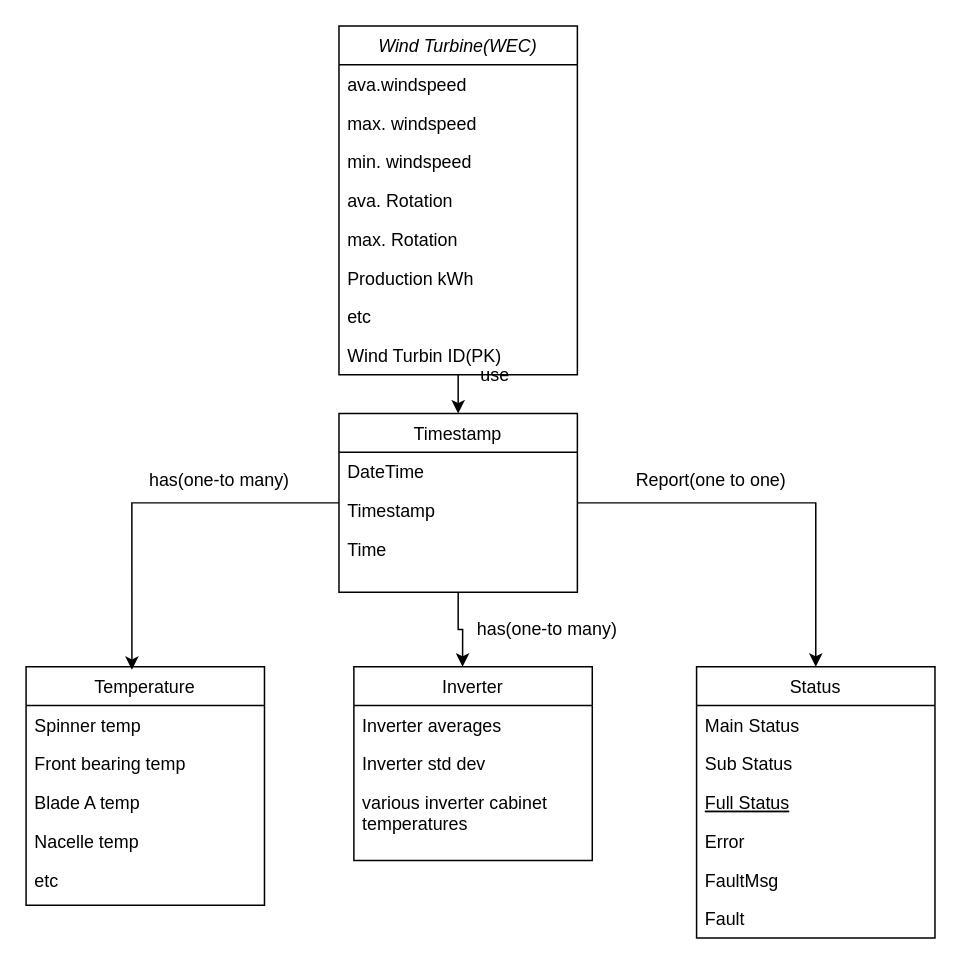
Earlier version of the draw.io diagram data/output_erd/output_erd.drawio (busi732/Team1-F24-BUSI732). Source tidied: cells renumbered, new cells numbered last; positions are measured from the earlier drawing's top-left corner, leaving out a move shared by most shapes. Both pictures are drawn from the tidied source at 149%, with x=0, y=0 at pixel (25, 25).
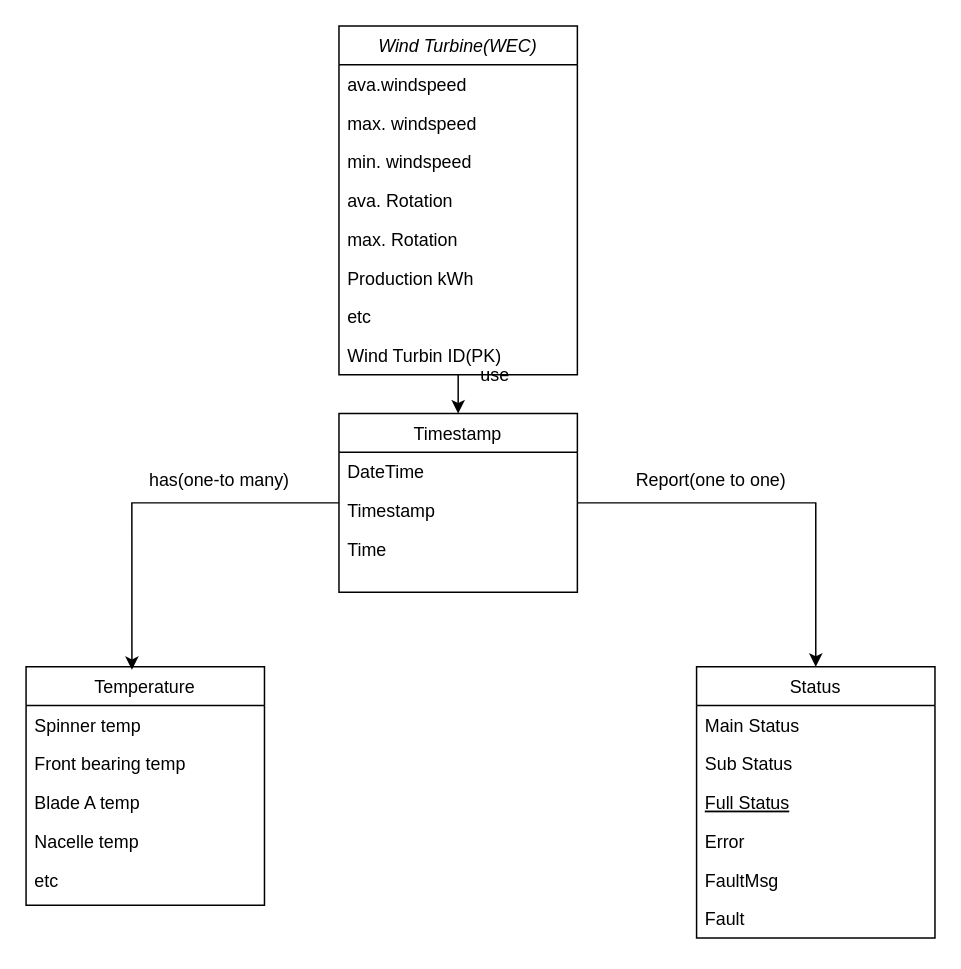
The same page after the edit.

Commit message (it also covers changes not shown here):
change the output erd

The change refers to these unchanged cells:
```xml
<mxCell id="32" value="Timestamp" style="swimlane;fontStyle=0;align=center;verticalAlign=top;horizontal=1;startSize=26;rounded=0;shadow=0;strokeWidth=1;" parent="1" vertex="1">
  <mxGeometry x="210" y="260" width="160" height="120" as="geometry" />
</mxCell>
```

Change to the diagram source:
```diff
@@
-    <mxCell id="19" value="Inverter" style="swimlane;fontStyle=0;align=center;verticalAlign=top;horizontal=1;startSize=26;rounded=0;shadow=0;strokeWidth=1;" parent="1" vertex="1">
-      <mxGeometry x="220" y="430" width="160" height="130" as="geometry" />
-    </mxCell>
-    <mxCell id="20" value="Inverter averages" style="text;align=left;verticalAlign=top;spacingLeft=4;spacingRight=4;overflow=hidden;" parent="19" vertex="1">
-      <mxGeometry y="26" width="160" height="26" as="geometry" />
-    </mxCell>
-    <mxCell id="21" value="Inverter std dev" style="text;align=left;verticalAlign=top;spacingLeft=4;spacingRight=4;overflow=hidden;" parent="19" vertex="1">
-      <mxGeometry y="52" width="160" height="26" as="geometry" />
-    </mxCell>
-    <mxCell id="22" value="various inverter cabinet &#10;temperatures" style="text;align=left;verticalAlign=top;spacingLeft=4;spacingRight=4;overflow=hidden;" parent="19" vertex="1">
-      <mxGeometry y="78" width="160" height="42" as="geometry" />
-    </mxCell>
@@
-    <mxCell id="31" style="edgeStyle=orthogonalEdgeStyle;rounded=0;jettySize=auto;html=1;entryX=0.456;entryY=0;entryDx=0;entryDy=0;entryPerimeter=0;" parent="1" edge="1" source="32" target="19">
-      <mxGeometry relative="1" as="geometry" />
-    </mxCell>
@@
-    <mxCell id="37" value="has(one-to many)" style="text;strokeColor=none;align=center;fillColor=none;html=1;verticalAlign=middle;whiteSpace=wrap;rounded=0;" parent="1" vertex="1">
-      <mxGeometry x="300" y="390" width="100" height="30" as="geometry" />
-    </mxCell>
```
